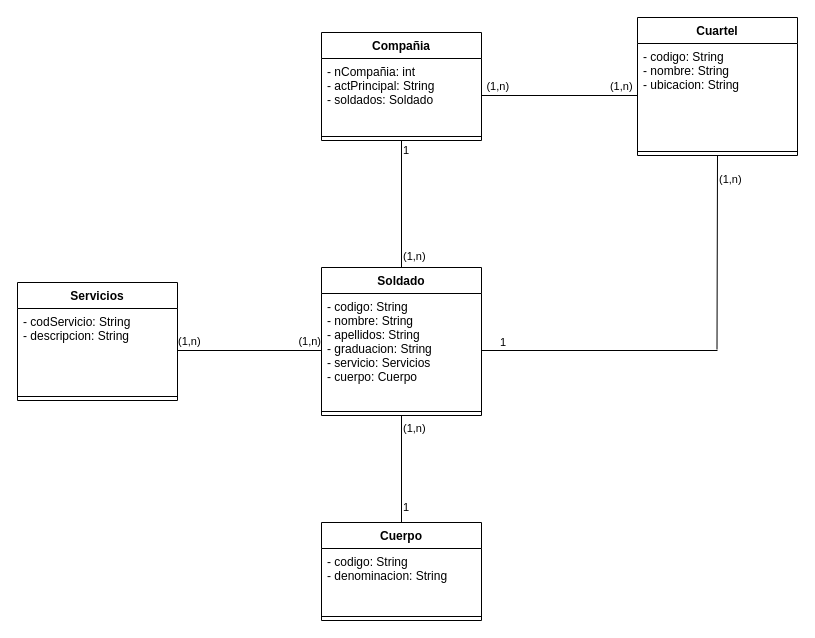
Before: ministerio de defensa.drawio in vmcabreu/Diagramas-de-Clase, a draw.io diagram. Source tidied: cells renumbered, new cells numbered last; positions are measured from the earlier drawing's top-left corner, leaving out a move shared by most shapes. Both pictures are drawn from the tidied source at 100%, with x=0, y=0 at pixel (17, 17).
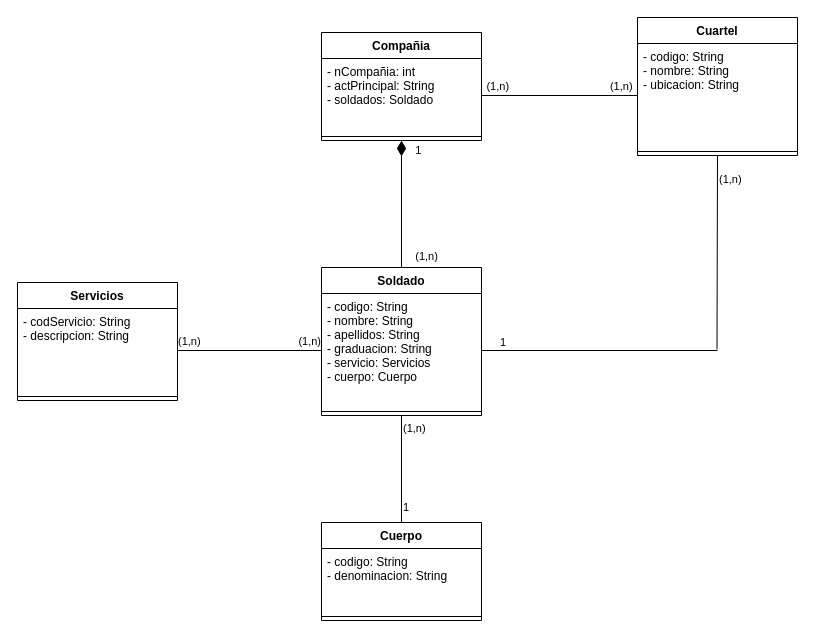
After the change.

The change refers to these unchanged cells:
```xml
<mxCell id="2" value="Soldado" style="swimlane;fontStyle=1;align=center;verticalAlign=top;horizontal=1;startSize=26;" parent="1" vertex="1">
  <mxGeometry x="304" y="250" width="160" height="148" as="geometry" />
</mxCell>
<mxCell id="11" value="Compañia" style="swimlane;fontStyle=1;align=center;verticalAlign=top;horizontal=1;startSize=26;" parent="1" vertex="1">
  <mxGeometry x="304" y="15" width="160" height="108" as="geometry" />
</mxCell>
```

The edit, as a diff of the source:
```diff
@@
-    <mxCell id="17" value="&lt;div&gt;1&lt;br&gt;&lt;/div&gt;&lt;div&gt;&lt;br&gt;&lt;/div&gt;&lt;div&gt;&lt;br&gt;&lt;/div&gt;&lt;div&gt;&lt;br&gt;&lt;/div&gt;&lt;div&gt;&lt;br&gt;&lt;/div&gt;&lt;div&gt;&lt;br&gt;&lt;/div&gt;&lt;div&gt;&lt;br&gt;&lt;/div&gt;&lt;div&gt;&lt;br&gt;&lt;/div&gt;&lt;div&gt;(1,n)&lt;/div&gt;" style="endArrow=none;html=1;rounded=0;entryX=0.5;entryY=1;entryDx=0;entryDy=0;exitX=0.5;exitY=0;exitDx=0;exitDy=0;labelBackgroundColor=none;labelPosition=right;verticalLabelPosition=middle;align=left;verticalAlign=middle;" parent="1" edge="1" source="2" target="11">
+    <mxCell id="17" value="&lt;div&gt;&amp;nbsp;&amp;nbsp;&amp;nbsp; 1&lt;br&gt;&lt;/div&gt;&lt;div&gt;&lt;br&gt;&lt;/div&gt;&lt;div&gt;&lt;br&gt;&lt;/div&gt;&lt;div&gt;&lt;br&gt;&lt;/div&gt;&lt;div&gt;&lt;br&gt;&lt;/div&gt;&lt;div&gt;&lt;br&gt;&lt;/div&gt;&lt;div&gt;&lt;br&gt;&lt;/div&gt;&lt;div&gt;&lt;br&gt;&lt;/div&gt;&lt;div&gt;&amp;nbsp;&amp;nbsp;&amp;nbsp; (1,n)&lt;/div&gt;" style="endArrow=diamondThin;html=1;rounded=0;entryX=0.5;entryY=1;entryDx=0;entryDy=0;exitX=0.5;exitY=0;exitDx=0;exitDy=0;labelBackgroundColor=none;labelPosition=right;verticalLabelPosition=middle;align=left;verticalAlign=middle;endFill=1;endSize=13;" parent="1" edge="1" source="2" target="11">
       <mxGeometry relative="1" as="geometry" />
     </mxCell>
```
